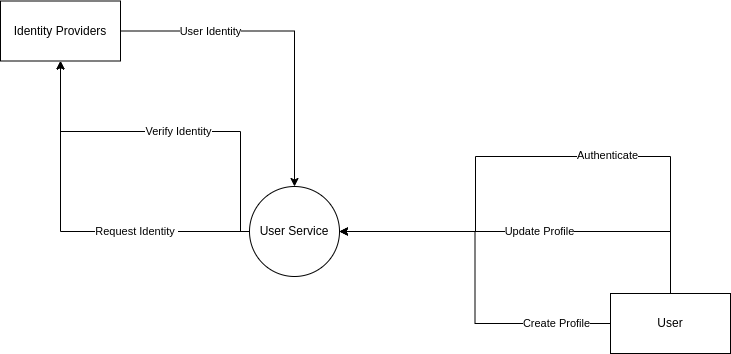
The draw.io diagram diagrams/ContextDFD/User System Context Diagram.drawio.png in Apollo-LW/Apollo-LW, before a commit. Source tidied: cells renumbered, new cells last; positions are measured from the earlier drawing's top-left corner, leaving out a move shared by most shapes.
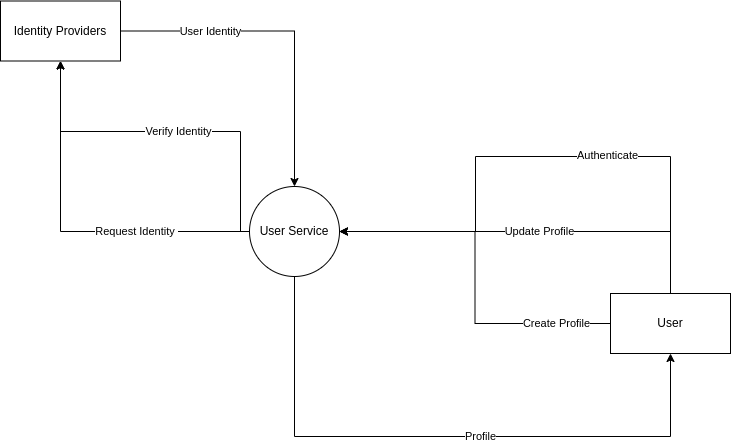
The same diagram one commit later.

What changed in the source:
```diff
@@ -2,6 +2,19 @@
   <root>
     <mxCell id="0" />
     <mxCell id="1" parent="0" />
+    <mxCell id="17" style="edgeStyle=orthogonalEdgeStyle;rounded=0;jettySize=auto;html=1;entryX=0.5;entryY=1;entryDx=0;entryDy=0;" parent="1" edge="1" source="2" target="9">
+      <mxGeometry relative="1" as="geometry">
+        <Array as="points">
+          <mxPoint x="294" y="436" />
+          <mxPoint x="670" y="436" />
+        </Array>
+      </mxGeometry>
+    </mxCell>
+    <mxCell id="18" value="Profile" style="edgeLabel;html=1;align=center;verticalAlign=middle;" parent="17" vertex="1">
+      <mxGeometry x="0.16" y="-5" relative="1" as="geometry">
+        <mxPoint x="-14" y="-5" as="offset" />
+      </mxGeometry>
+    </mxCell>
     <mxCell id="2" value="User Service" style="ellipse;whiteSpace=wrap;html=1;" parent="1" vertex="1">
       <mxGeometry x="249" y="186" width="90" height="90" as="geometry" />
     </mxCell>
```
